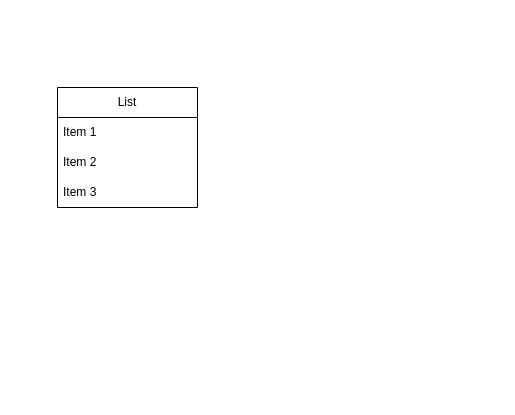
The draw.io diagram databases/my-sql/day-2/keys.drawio in RatneshwarPandey12220865/backend-batch, before the edit. Source tidied: cells renumbered, new cells numbered last; positions are measured from the earlier drawing's top-left corner, leaving out a move shared by most shapes. Both pictures are drawn from the tidied source at 100%, with x=0, y=0 at pixel (57, 87).
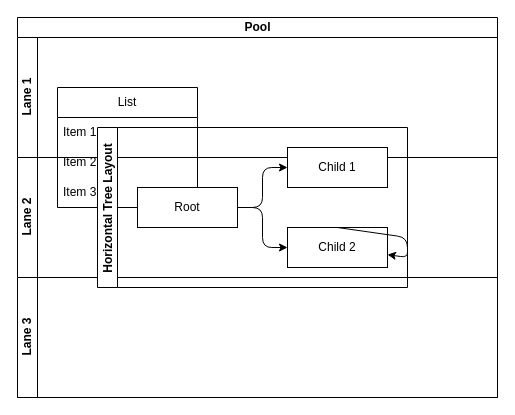
After the change.

What changed in the source:
```diff
@@
 <mxGraphModel>
   <root>
     <mxCell id="0" />
     <mxCell id="1" parent="0" />
     <mxCell id="2" value="List" style="swimlane;fontStyle=0;horizontal=1;startSize=30;whiteSpace=wrap;html=1;" parent="1" vertex="1">
       <mxGeometry width="140" height="120" as="geometry" />
     </mxCell>
     <mxCell id="3" value="Item 1" style="text;strokeColor=none;fillColor=none;align=left;verticalAlign=middle;spacingLeft=4;spacingRight=4;overflow=hidden;whiteSpace=wrap;html=1;" parent="2" vertex="1">
       <mxGeometry y="30" width="140" height="30" as="geometry" />
     </mxCell>
     <mxCell id="4" value="Item 2" style="text;strokeColor=none;fillColor=none;align=left;verticalAlign=middle;spacingLeft=4;spacingRight=4;overflow=hidden;whiteSpace=wrap;html=1;" parent="2" vertex="1">
       <mxGeometry y="60" width="140" height="30" as="geometry" />
     </mxCell>
     <mxCell id="5" value="Item 3" style="text;strokeColor=none;fillColor=none;align=left;verticalAlign=middle;spacingLeft=4;spacingRight=4;overflow=hidden;whiteSpace=wrap;html=1;" parent="2" vertex="1">
       <mxGeometry y="90" width="140" height="30" as="geometry" />
     </mxCell>
+    <mxCell id="6" value="Pool" style="swimlane;horizontal=1;startSize=20;html=1;" parent="1" vertex="1">
+      <mxGeometry x="-40" y="-70" width="480" height="380" as="geometry" />
+    </mxCell>
+    <mxCell id="7" value="Lane 1" style="swimlane;startSize=20;horizontal=0;html=1;" parent="6" vertex="1">
+      <mxGeometry y="20" width="480" height="120" as="geometry" />
+    </mxCell>
+    <mxCell id="8" value="Lane 2" style="swimlane;startSize=20;horizontal=0;html=1;" parent="6" vertex="1">
+      <mxGeometry y="140" width="480" height="120" as="geometry" />
+    </mxCell>
+    <mxCell id="9" value="Lane 3" style="swimlane;startSize=20;horizontal=0;html=1;" parent="6" vertex="1">
+      <mxGeometry y="260" width="480" height="120" as="geometry" />
+    </mxCell>
+    <mxCell id="10" value="Horizontal Tree Layout" style="swimlane;startSize=20;horizontal=0;horizontalTree=1;containerType=tree;fontSize=12;" parent="1" vertex="1">
+      <mxGeometry x="40" y="40" width="310" height="160" as="geometry" />
+    </mxCell>
+    <mxCell id="11" value="Root" style="whiteSpace=wrap;html=1;" parent="10" vertex="1">
+      <mxGeometry x="40" y="60" width="100" height="40" as="geometry" />
+    </mxCell>
+    <mxCell id="12" value="Child 1" style="whiteSpace=wrap;html=1;" parent="10" vertex="1">
+      <mxGeometry x="190" y="20" width="100" height="40" as="geometry" />
+    </mxCell>
+    <mxCell id="13" style="edgeStyle=elbowEdgeStyle;elbow=vertical;html=1;rounded=1;curved=0;sourcePerimeterSpacing=0;targetPerimeterSpacing=0;startSize=6;endSize=6;" parent="10" edge="1" source="11" target="12">
+      <mxGeometry relative="1" as="geometry" />
+    </mxCell>
+    <mxCell id="14" value="Child 2" style="whiteSpace=wrap;html=1;" parent="10" vertex="1">
+      <mxGeometry x="190" y="100" width="100" height="40" as="geometry" />
+    </mxCell>
+    <mxCell id="15" style="edgeStyle=elbowEdgeStyle;elbow=vertical;html=1;rounded=1;curved=0;sourcePerimeterSpacing=0;targetPerimeterSpacing=0;startSize=6;endSize=6;" parent="10" edge="1" source="11" target="14">
+      <mxGeometry relative="1" as="geometry" />
+    </mxCell>
+    <mxCell id="16" style="edgeStyle=none;html=1;exitX=0.5;exitY=0;exitDx=0;exitDy=0;" parent="10" edge="1" source="14" target="14">
+      <mxGeometry relative="1" as="geometry" />
+    </mxCell>
   </root>
 </mxGraphModel>
```
